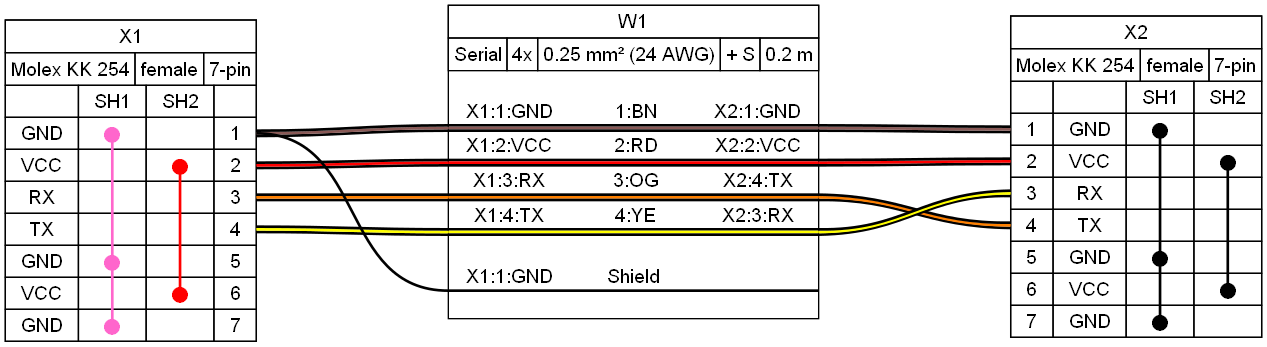
wireviz/WireViz keeps this Graphviz diagram as examples/ex15.png. Above is the earlier version. Its source is kept beside it as examples/ex15.gv. Source of this version:
```dot
graph {
	graph [bgcolor="#FFFFFF" fontname=arial nodesep=0.33 rankdir=LR ranksep=2]
	node [fillcolor="#FFFFFF" fontname=arial height=0 margin=0 shape=none style=filled width=0]
	edge [fontname=arial style=bold]
	edge [color="#FF66CC" headclip=false style="solid,bold" tailclip=false]
	X1:p1j:c -- X1:p5j:c [straight=straight]
	X1:p5j:c -- X1:p7j:c [straight=straight]
	edge [color="#FF0000" headclip=false style="solid,bold" tailclip=false]
	X1:p2j:c -- X1:p6j:c [straight=straight]
	edge [headclip=true style=bold tailclip=true]
	X1 [label=<
<table border="0" cellspacing="0" cellpadding="0">
 <tr><td>
  <table border="0" cellspacing="0" cellpadding="3" cellborder="1"><tr>
   <td balign="left">X1</td>
  </tr></table>
 </td></tr>
 <tr><td>
  <table border="0" cellspacing="0" cellpadding="3" cellborder="1"><tr>
   <td balign="left">Molex KK 254</td>
   <td balign="left">female</td>
   <td balign="left">7-pin</td>
  </tr></table>
 </td></tr>
 <tr><td>
  <table border="0" cellspacing="0" cellpadding="3" cellborder="1">
   <tr>
    <td></td>
    <td>SH1</td>
    <td>SH2</td>
    <td></td>
   </tr>
   <tr>
    <td>GND</td>
    <td  port="p1J"><FONT FACE="Sans" POINT-SIZE="12.0" COLOR="#FF66CC">&#11044;</FONT></td>
    <td></td>
    <td port="p1r">1</td>
   </tr>
   <tr>
    <td>VCC</td>
    <td></td>
    <td  port="p2J"><FONT FACE="Sans" POINT-SIZE="12.0" COLOR="#FF0000">&#11044;</FONT></td>
    <td port="p2r">2</td>
   </tr>
   <tr>
    <td>RX</td>
    <td></td>
    <td></td>
    <td port="p3r">3</td>
   </tr>
   <tr>
    <td>TX</td>
    <td></td>
    <td></td>
    <td port="p4r">4</td>
   </tr>
   <tr>
    <td>GND</td>
    <td  port="p5J"><FONT FACE="Sans" POINT-SIZE="12.0" COLOR="#FF66CC">&#11044;</FONT></td>
    <td></td>
    <td port="p5r">5</td>
   </tr>
   <tr>
    <td>VCC</td>
    <td></td>
    <td  port="p6J"><FONT FACE="Sans" POINT-SIZE="12.0" COLOR="#FF0000">&#11044;</FONT></td>
    <td port="p6r">6</td>
   </tr>
   <tr>
    <td>GND</td>
    <td  port="p7J"><FONT FACE="Sans" POINT-SIZE="12.0" COLOR="#FF66CC">&#11044;</FONT></td>
    <td></td>
    <td port="p7r">7</td>
   </tr>
  </table>
 </td></tr>
</table>
> fillcolor="#FFFFFF" shape=box style=filled]
	edge [color="#000000" headclip=false style="solid,bold" tailclip=false]
	X2:p1j:c -- X2:p5j:c [straight=straight]
	X2:p5j:c -- X2:p7j:c [straight=straight]
	edge [color="#000000" headclip=false style="solid,bold" tailclip=false]
	X2:p2j:c -- X2:p6j:c [straight=straight]
	edge [headclip=true style=bold tailclip=true]
	X2 [label=<
<table border="0" cellspacing="0" cellpadding="0">
 <tr><td>
  <table border="0" cellspacing="0" cellpadding="3" cellborder="1"><tr>
   <td balign="left">X2</td>
  </tr></table>
 </td></tr>
 <tr><td>
  <table border="0" cellspacing="0" cellpadding="3" cellborder="1"><tr>
   <td balign="left">Molex KK 254</td>
   <td balign="left">female</td>
   <td balign="left">7-pin</td>
  </tr></table>
 </td></tr>
 <tr><td>
  <table border="0" cellspacing="0" cellpadding="3" cellborder="1">
   <tr>
    <td></td>
    <td></td>
    <td>SH1</td>
    <td>SH2</td>
   </tr>
   <tr>
    <td port="p1l">1</td>
    <td>GND</td>
    <td  port="p1J"><FONT FACE="Sans" POINT-SIZE="12.0" COLOR="#000000">&#11044;</FONT></td>
    <td></td>
   </tr>
   <tr>
    <td port="p2l">2</td>
    <td>VCC</td>
    <td></td>
    <td  port="p2J"><FONT FACE="Sans" POINT-SIZE="12.0" COLOR="#000000">&#11044;</FONT></td>
   </tr>
   <tr>
    <td port="p3l">3</td>
    <td>RX</td>
    <td></td>
    <td></td>
   </tr>
   <tr>
    <td port="p4l">4</td>
    <td>TX</td>
    <td></td>
    <td></td>
   </tr>
   <tr>
    <td port="p5l">5</td>
    <td>GND</td>
    <td  port="p5J"><FONT FACE="Sans" POINT-SIZE="12.0" COLOR="#000000">&#11044;</FONT></td>
    <td></td>
   </tr>
   <tr>
    <td port="p6l">6</td>
    <td>VCC</td>
    <td></td>
    <td  port="p6J"><FONT FACE="Sans" POINT-SIZE="12.0" COLOR="#000000">&#11044;</FONT></td>
   </tr>
   <tr>
    <td port="p7l">7</td>
    <td>GND</td>
    <td  port="p7J"><FONT FACE="Sans" POINT-SIZE="12.0" COLOR="#000000">&#11044;</FONT></td>
    <td></td>
   </tr>
  </table>
 </td></tr>
</table>
> fillcolor="#FFFFFF" shape=box style=filled]
	edge [color="#000000:#895956:#000000"]
	X1:p1r:e -- W1:w1:w
	W1:w1:e -- X2:p1l:w
	edge [color="#000000:#ff0000:#000000"]
	X1:p2r:e -- W1:w2:w
	W1:w2:e -- X2:p2l:w
	edge [color="#000000:#ff8000:#000000"]
	X1:p3r:e -- W1:w3:w
	W1:w3:e -- X2:p4l:w
	edge [color="#000000:#ffff00:#000000"]
	X1:p4r:e -- W1:w4:w
	W1:w4:e -- X2:p3l:w
	edge [color="#000000"]
	X1:p1r:e -- W1:ws:w
	W1 [label=<
<table border="0" cellspacing="0" cellpadding="0">
 <tr><td>
  <table border="0" cellspacing="0" cellpadding="3" cellborder="1"><tr>
   <td balign="left">W1</td>
  </tr></table>
 </td></tr>
 <tr><td>
  <table border="0" cellspacing="0" cellpadding="3" cellborder="1"><tr>
   <td balign="left">Serial</td>
   <td balign="left">4x</td>
   <td balign="left">0.25 mm² (24 AWG)</td>
   <td balign="left">+ S</td>
   <td balign="left">0.2 m</td>
  </tr></table>
 </td></tr>
 <tr><td>
  <table border="0" cellspacing="0" cellborder="0">
   <tr><td>&nbsp;</td></tr>
   <tr>
    <td>X1:1:GND</td>
    <td>
     1:BN
    </td>
    <td>X2:1:GND</td>
   </tr>
   <tr>
    <td colspan="3" border="0" cellspacing="0" cellpadding="0" port="w1" height="6">
     <table cellspacing="0" cellborder="0" border="0">
      <tr><td colspan="3" cellpadding="0" height="2" bgcolor="#000000" border="0"></td></tr>
      <tr><td colspan="3" cellpadding="0" height="2" bgcolor="#895956" border="0"></td></tr>
      <tr><td colspan="3" cellpadding="0" height="2" bgcolor="#000000" border="0"></td></tr>
     </table>
    </td>
   </tr>
   <tr>
    <td>X1:2:VCC</td>
    <td>
     2:RD
    </td>
    <td>X2:2:VCC</td>
   </tr>
   <tr>
    <td colspan="3" border="0" cellspacing="0" cellpadding="0" port="w2" height="6">
     <table cellspacing="0" cellborder="0" border="0">
      <tr><td colspan="3" cellpadding="0" height="2" bgcolor="#000000" border="0"></td></tr>
      <tr><td colspan="3" cellpadding="0" height="2" bgcolor="#ff0000" border="0"></td></tr>
      <tr><td colspan="3" cellpadding="0" height="2" bgcolor="#000000" border="0"></td></tr>
     </table>
    </td>
   </tr>
   <tr>
    <td>X1:3:RX</td>
    <td>
     3:OG
    </td>
    <td>X2:4:TX</td>
   </tr>
   <tr>
    <td colspan="3" border="0" cellspacing="0" cellpadding="0" port="w3" height="6">
     <table cellspacing="0" cellborder="0" border="0">
      <tr><td colspan="3" cellpadding="0" height="2" bgcolor="#000000" border="0"></td></tr>
      <tr><td colspan="3" cellpadding="0" height="2" bgcolor="#ff8000" border="0"></td></tr>
      <tr><td colspan="3" cellpadding="0" height="2" bgcolor="#000000" border="0"></td></tr>
     </table>
    </td>
   </tr>
   <tr>
    <td>X1:4:TX</td>
    <td>
     4:YE
    </td>
    <td>X2:3:RX</td>
   </tr>
   <tr>
    <td colspan="3" border="0" cellspacing="0" cellpadding="0" port="w4" height="6">
     <table cellspacing="0" cellborder="0" border="0">
      <tr><td colspan="3" cellpadding="0" height="2" bgcolor="#000000" border="0"></td></tr>
      <tr><td colspan="3" cellpadding="0" height="2" bgcolor="#ffff00" border="0"></td></tr>
      <tr><td colspan="3" cellpadding="0" height="2" bgcolor="#000000" border="0"></td></tr>
     </table>
    </td>
   </tr>
   <tr><td>&nbsp;</td></tr>
   <tr>
    <td>X1:1:GND</td>
    <td>Shield</td>
    <td><!-- s_out --></td>
   </tr>
   <tr><td colspan="3" cellpadding="0" height="2" bgcolor="#000000" border="0" port="ws"></td></tr>
   <tr><td>&nbsp;</td></tr>
  </table>
 </td></tr>
</table>
> fillcolor="#FFFFFF" shape=box style=filled]
}
```
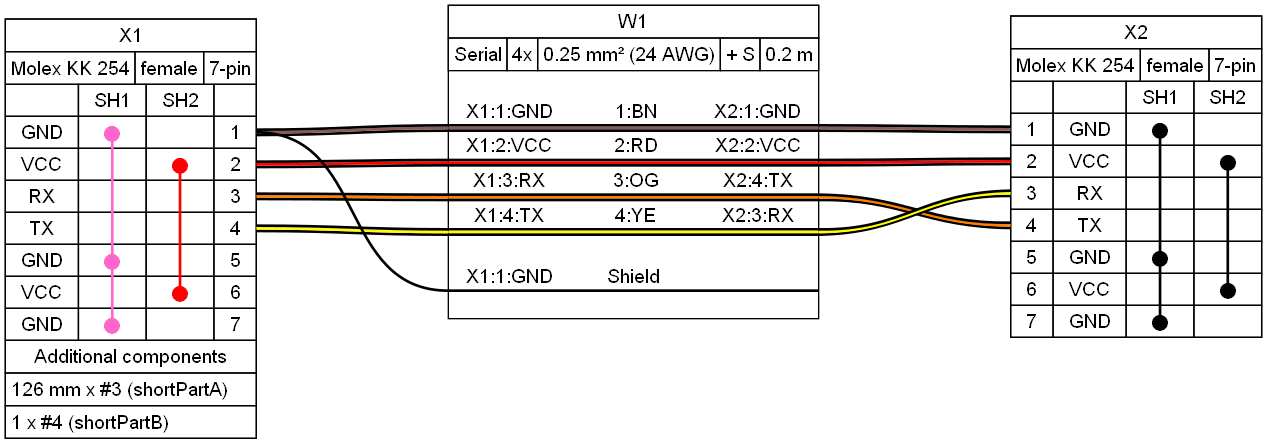
Above is the later version.

What changed in the source:
```diff
@@ -73,6 +73,21 @@
     <td port="p7r">7</td>
    </tr>
   </table>
+ </td></tr>
+ <tr><td>
+  <table border="0" cellspacing="0" cellpadding="3" cellborder="1"><tr>
+   <td balign="left">Additional components</td>
+  </tr></table>
+ </td></tr>
+ <tr><td>
+  <table border="0" cellspacing="0" cellpadding="3" cellborder="1"><tr>
+   <td align="left" balign="left">126 mm x #3 (shortPartA)</td>
+  </tr></table>
+ </td></tr>
+ <tr><td>
+  <table border="0" cellspacing="0" cellpadding="3" cellborder="1"><tr>
+   <td align="left" balign="left">1 x #4 (shortPartB)</td>
+  </tr></table>
  </td></tr>
 </table>
 > fillcolor="#FFFFFF" shape=box style=filled]
```
